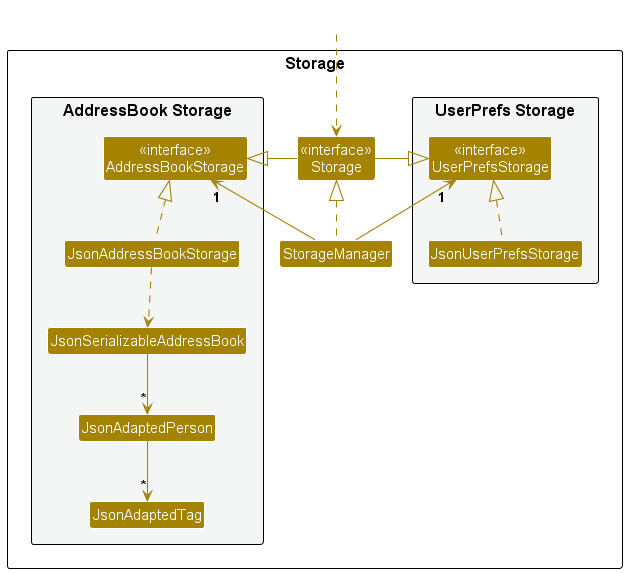
The PlantUML diagram docs/images/dg/StorageClassDiagram.png in shamesjen/tp, before a commit.
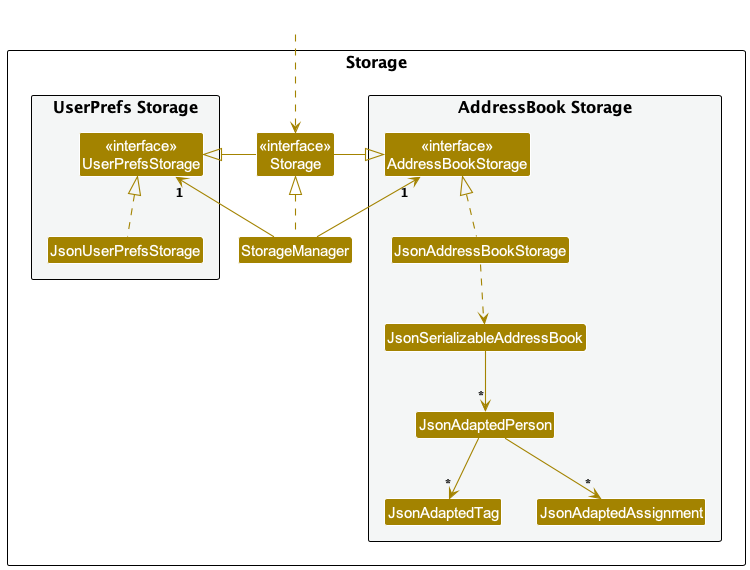
Later version of the same file.

What changed in the source:
```diff
@@ -20,6 +20,7 @@
 Class JsonSerializableAddressBook
 Class JsonAdaptedPerson
 Class JsonAdaptedTag
+Class JsonAdaptedAssignment
 }
 
 }
@@ -39,5 +40,6 @@
 JsonAddressBookStorage ..> JsonSerializableAddressBook
 JsonSerializableAddressBook --> "*" JsonAdaptedPerson
 JsonAdaptedPerson --> "*" JsonAdaptedTag
+JsonAdaptedPerson --> "*" JsonAdaptedAssignment
 
 @enduml
```
